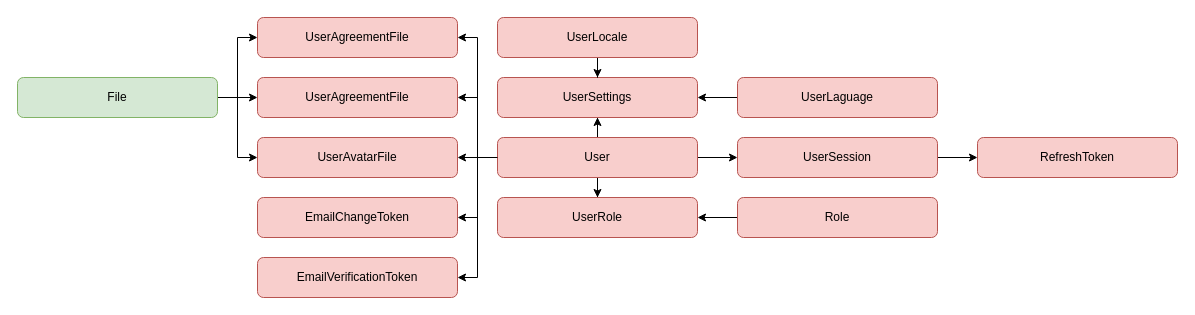
UlfSct/bench_be_app keeps this draw.io diagram as page "DB" (1 of 4) of docs.drawio. Above is the earlier version. Source tidied: cells renumbered, new cells numbered last; positions are measured from the earlier drawing's top-left corner, leaving out a move shared by most shapes. Both pictures are drawn from the tidied source at 100%, with x=0, y=0 at pixel (17, 17).
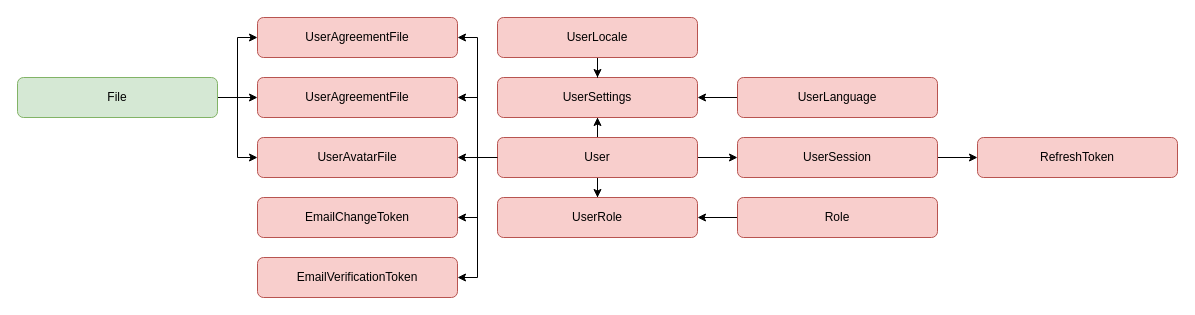
The same page after the edit.

What changed in the source:
```diff
@@
-    <mxCell id="15" value="UserLaguage" style="rounded=1;whiteSpace=wrap;html=1;roundedPerimeter=1;fillColor=#f8cecc;strokeColor=#b85450;" parent="1" vertex="1">
+    <mxCell id="15" value="UserLanguage" style="rounded=1;whiteSpace=wrap;html=1;roundedPerimeter=1;fillColor=#f8cecc;strokeColor=#b85450;" parent="1" vertex="1">
       <mxGeometry x="720" y="60" width="200" height="40" as="geometry" />
     </mxCell>
```
